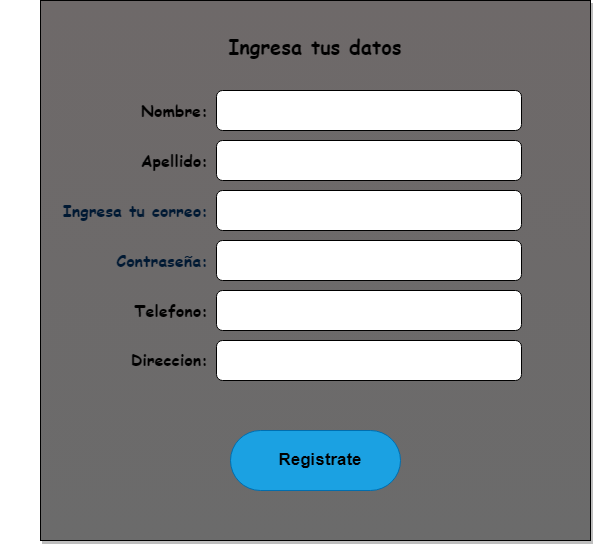
Before: wireframe/registro_DH_Venture_Capitals.png, a diagram exported from draw.io (Sir-Ryu/Grupo-3). Source tidied: cells renumbered, new cells last; positions are measured from the earlier drawing's top-left corner, leaving out a move shared by most shapes.
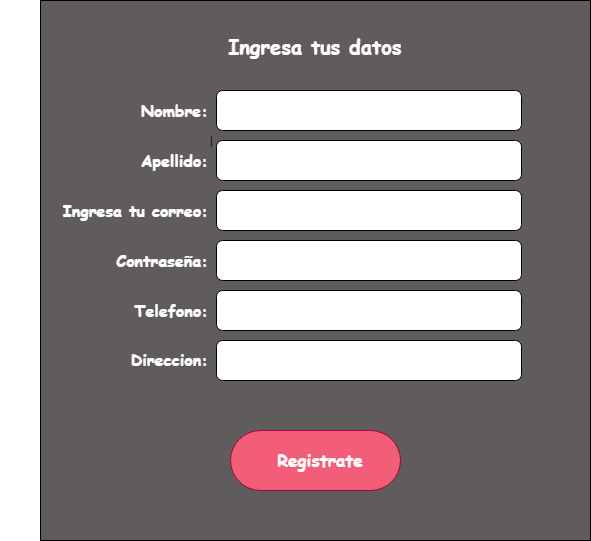
After the change.

Change to the diagram source:
```diff
@@ -2,10 +2,10 @@
   <root>
     <mxCell id="0" />
     <mxCell id="1" parent="0" />
-    <mxCell id="2" style="rounded=0;whiteSpace=wrap;html=1;fontSize=16;labelBackgroundColor=none;fillColor=#6b6b6b;strokeColor=default;fontColor=#EEEEEE;glass=0;shadow=1;gradientColor=#6E6969;gradientDirection=north;" parent="1" vertex="1">
+    <mxCell id="2" style="rounded=0;whiteSpace=wrap;html=1;fontSize=16;labelBackgroundColor=none;fillColor=#615C5C;strokeColor=default;fontColor=#EEEEEE;glass=0;shadow=0;gradientColor=none;gradientDirection=north;" parent="1" vertex="1">
       <mxGeometry x="40" width="550" height="540" as="geometry" />
     </mxCell>
-    <mxCell id="3" style="edgeStyle=none;curved=1;rounded=0;orthogonalLoop=1;jettySize=auto;html=1;exitX=0.5;exitY=0;exitDx=0;exitDy=0;fontSize=12;startSize=8;endSize=8;labelBackgroundColor=none;strokeColor=#0B4D6A;fontColor=default;" parent="1" edge="1">
+    <mxCell id="3" value="|" style="edgeStyle=none;curved=1;rounded=0;orthogonalLoop=1;jettySize=auto;html=1;exitX=0.5;exitY=0;exitDx=0;exitDy=0;fontSize=12;startSize=8;endSize=8;labelBackgroundColor=none;strokeColor=#0B4D6A;fontColor=default;" parent="1" edge="1">
       <mxGeometry relative="1" as="geometry">
         <mxPoint x="211" y="141" as="sourcePoint" />
         <mxPoint x="211" y="141" as="targetPoint" />
@@ -14,13 +14,13 @@
     <mxCell id="4" style="rounded=1;whiteSpace=wrap;html=1;fontSize=16;fontFamily=Georgia;" parent="1" vertex="1">
       <mxGeometry x="216" y="90" width="305" height="40" as="geometry" />
     </mxCell>
-    <mxCell id="5" value="&lt;font&gt;Ingresa tu correo:&lt;/font&gt;" style="text;strokeColor=none;fillColor=none;html=1;align=right;verticalAlign=middle;whiteSpace=wrap;rounded=0;fontSize=16;fontColor=#001933;fontStyle=1;fontFamily=Comic Sans MS;" parent="1" vertex="1">
+    <mxCell id="5" value="&lt;font color=&quot;#ffffff&quot; style=&quot;background-color: rgb(97, 92, 92);&quot;&gt;Ingresa tu correo:&lt;/font&gt;" style="text;strokeColor=none;fillColor=none;html=1;align=right;verticalAlign=middle;whiteSpace=wrap;rounded=0;fontSize=16;fontColor=#001933;fontStyle=1;fontFamily=Comic Sans MS;" parent="1" vertex="1">
       <mxGeometry y="195" width="210" height="30" as="geometry" />
     </mxCell>
-    <mxCell id="6" value="&lt;font color=&quot;#001933&quot;&gt;Contraseña:&lt;/font&gt;" style="text;strokeColor=none;fillColor=none;html=1;align=right;verticalAlign=middle;whiteSpace=wrap;rounded=0;fontSize=16;fontColor=#EEEEEE;fontFamily=Comic Sans MS;fontStyle=1;" parent="1" vertex="1">
+    <mxCell id="6" value="&lt;font color=&quot;#ffffff&quot;&gt;Contraseña:&lt;/font&gt;" style="text;strokeColor=none;fillColor=none;html=1;align=right;verticalAlign=middle;whiteSpace=wrap;rounded=0;fontSize=16;fontColor=#EEEEEE;fontFamily=Comic Sans MS;fontStyle=1;" parent="1" vertex="1">
       <mxGeometry x="50" y="245" width="160" height="30" as="geometry" />
     </mxCell>
-    <mxCell id="7" value="&lt;span style=&quot;font-size: 20px;&quot;&gt;Ingresa tus datos&lt;/span&gt;" style="text;html=1;align=center;verticalAlign=middle;whiteSpace=wrap;rounded=0;fontSize=16;fontFamily=Comic Sans MS;fontStyle=1;" parent="1" vertex="1">
+    <mxCell id="7" value="&lt;span style=&quot;font-size: 20px;&quot;&gt;&lt;font color=&quot;#ffffff&quot;&gt;Ingresa tus datos&lt;/font&gt;&lt;/span&gt;" style="text;html=1;align=center;verticalAlign=middle;whiteSpace=wrap;rounded=0;fontSize=16;fontFamily=Comic Sans MS;fontStyle=1;" parent="1" vertex="1">
       <mxGeometry x="165" y="20" width="300" height="50" as="geometry" />
     </mxCell>
     <mxCell id="8" style="rounded=1;whiteSpace=wrap;html=1;fontSize=16;fontFamily=Georgia;" parent="1" vertex="1">
@@ -35,25 +35,25 @@
     <mxCell id="11" style="rounded=1;whiteSpace=wrap;html=1;fontSize=16;fontFamily=Georgia;" parent="1" vertex="1">
       <mxGeometry x="216" y="290" width="305" height="40" as="geometry" />
     </mxCell>
-    <mxCell id="12" value="Nombre:" style="text;strokeColor=none;fillColor=none;html=1;align=right;verticalAlign=middle;whiteSpace=wrap;rounded=0;fontSize=16;fontStyle=1;fontFamily=Comic Sans MS;" parent="1" vertex="1">
+    <mxCell id="12" value="&lt;font color=&quot;#ffffff&quot;&gt;Nombre:&lt;/font&gt;" style="text;strokeColor=none;fillColor=none;html=1;align=right;verticalAlign=middle;whiteSpace=wrap;rounded=0;fontSize=16;fontStyle=1;fontFamily=Comic Sans MS;" parent="1" vertex="1">
       <mxGeometry x="40" y="95" width="170" height="30" as="geometry" />
     </mxCell>
-    <mxCell id="13" value="Apellido:" style="text;strokeColor=none;fillColor=none;html=1;align=right;verticalAlign=middle;whiteSpace=wrap;rounded=0;fontSize=16;fontFamily=Comic Sans MS;fontStyle=1;" parent="1" vertex="1">
+    <mxCell id="13" value="&lt;font color=&quot;#ffffff&quot;&gt;Apellido:&lt;/font&gt;" style="text;strokeColor=none;fillColor=none;html=1;align=right;verticalAlign=middle;whiteSpace=wrap;rounded=0;fontSize=16;fontFamily=Comic Sans MS;fontStyle=1;" parent="1" vertex="1">
       <mxGeometry x="50" y="145" width="160" height="30" as="geometry" />
     </mxCell>
-    <mxCell id="14" value="&lt;div style=&quot;&quot;&gt;&lt;span style=&quot;background-color: initial;&quot;&gt;Telefono:&lt;/span&gt;&lt;/div&gt;" style="text;strokeColor=none;fillColor=none;html=1;align=right;verticalAlign=middle;whiteSpace=wrap;rounded=0;fontSize=16;fontFamily=Comic Sans MS;fontStyle=1;" parent="1" vertex="1">
+    <mxCell id="14" value="&lt;div style=&quot;&quot;&gt;&lt;span style=&quot;background-color: initial;&quot;&gt;&lt;font color=&quot;#ffffff&quot;&gt;Telefono:&lt;/font&gt;&lt;/span&gt;&lt;/div&gt;" style="text;strokeColor=none;fillColor=none;html=1;align=right;verticalAlign=middle;whiteSpace=wrap;rounded=0;fontSize=16;fontFamily=Comic Sans MS;fontStyle=1;" parent="1" vertex="1">
       <mxGeometry x="85" y="295" width="125" height="30" as="geometry" />
     </mxCell>
     <mxCell id="15" style="rounded=1;whiteSpace=wrap;html=1;fontSize=16;fontFamily=Georgia;" parent="1" vertex="1">
       <mxGeometry x="216" y="340" width="305" height="40" as="geometry" />
     </mxCell>
-    <mxCell id="16" value="&lt;b&gt;&lt;font face=&quot;Comic Sans MS&quot;&gt;Direccion:&lt;/font&gt;&lt;/b&gt;" style="text;strokeColor=none;fillColor=none;html=1;align=right;verticalAlign=middle;whiteSpace=wrap;rounded=0;fontSize=16;" parent="1" vertex="1">
+    <mxCell id="16" value="&lt;b&gt;&lt;font color=&quot;#ffffff&quot; face=&quot;Comic Sans MS&quot;&gt;Direccion:&lt;/font&gt;&lt;/b&gt;" style="text;strokeColor=none;fillColor=none;html=1;align=right;verticalAlign=middle;whiteSpace=wrap;rounded=0;fontSize=16;" parent="1" vertex="1">
       <mxGeometry x="85" y="345" width="125" height="30" as="geometry" />
     </mxCell>
-    <mxCell id="17" style="rounded=1;whiteSpace=wrap;html=1;fontSize=16;arcSize=50;fillColor=#1ba1e2;strokeColor=#006EAF;fontColor=#ffffff;" parent="1" vertex="1">
+    <mxCell id="17" style="rounded=1;whiteSpace=wrap;html=1;fontSize=16;arcSize=50;fillColor=#F25E77;strokeColor=#A50040;fontColor=#ffffff;" parent="1" vertex="1">
       <mxGeometry x="230" y="430" width="170" height="60" as="geometry" />
     </mxCell>
-    <mxCell id="18" value="&lt;b&gt;&lt;font style=&quot;font-size: 17px;&quot;&gt;Registrate&lt;/font&gt;&lt;/b&gt;" style="text;strokeColor=none;fillColor=none;html=1;align=center;verticalAlign=middle;whiteSpace=wrap;rounded=0;fontSize=16;" parent="1" vertex="1">
+    <mxCell id="18" value="&lt;b&gt;&lt;font color=&quot;#ffffff&quot; face=&quot;Comic Sans MS&quot; style=&quot;font-size: 17px;&quot;&gt;Registrate&lt;/font&gt;&lt;/b&gt;" style="text;strokeColor=none;fillColor=none;html=1;align=center;verticalAlign=middle;whiteSpace=wrap;rounded=0;fontSize=16;" parent="1" vertex="1">
       <mxGeometry x="175" y="445" width="290" height="30" as="geometry" />
     </mxCell>
   </root>
```
